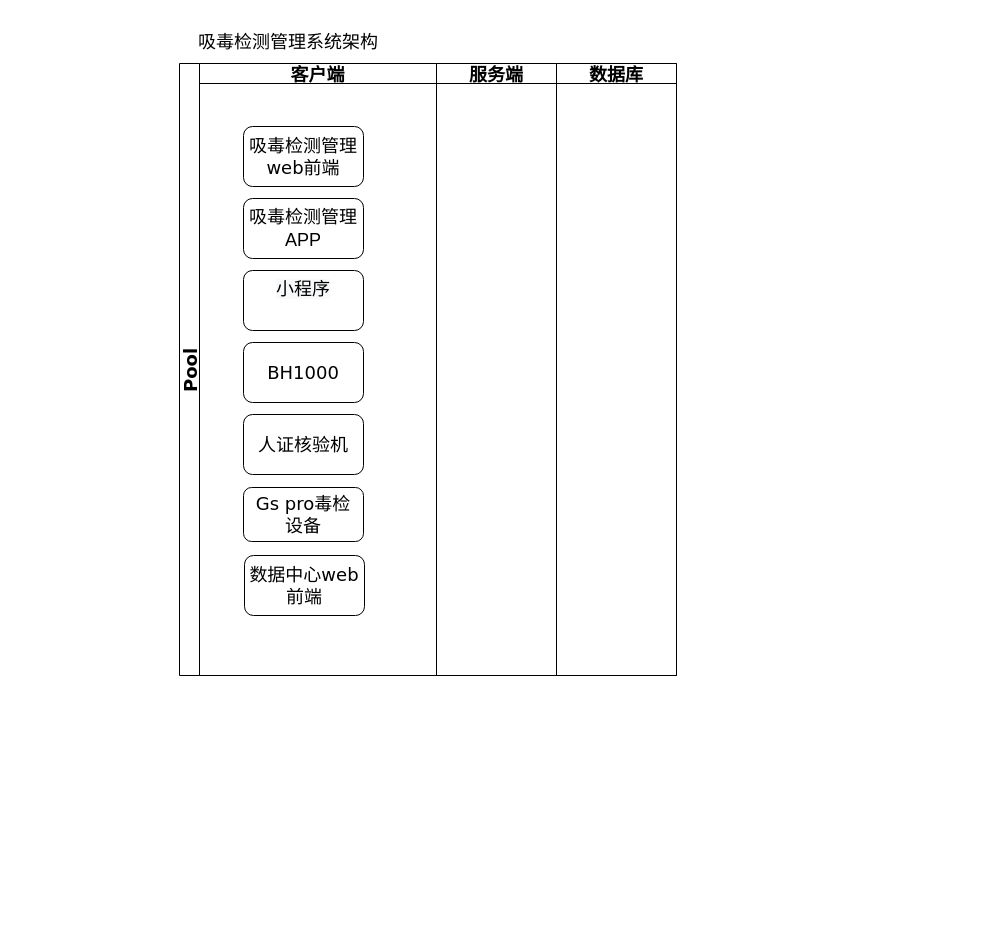
The draw.io diagram page "吸毒检测管理系统架构2" (5 of 5) of 未命名绘图.drawio in lliecho/test, before the edit. Source tidied: cells renumbered, new cells numbered last; positions are measured from the earlier drawing's top-left corner, leaving out a move shared by most shapes. Both pictures are drawn from the tidied source at 100%, with x=0, y=0 at pixel (179, 26).
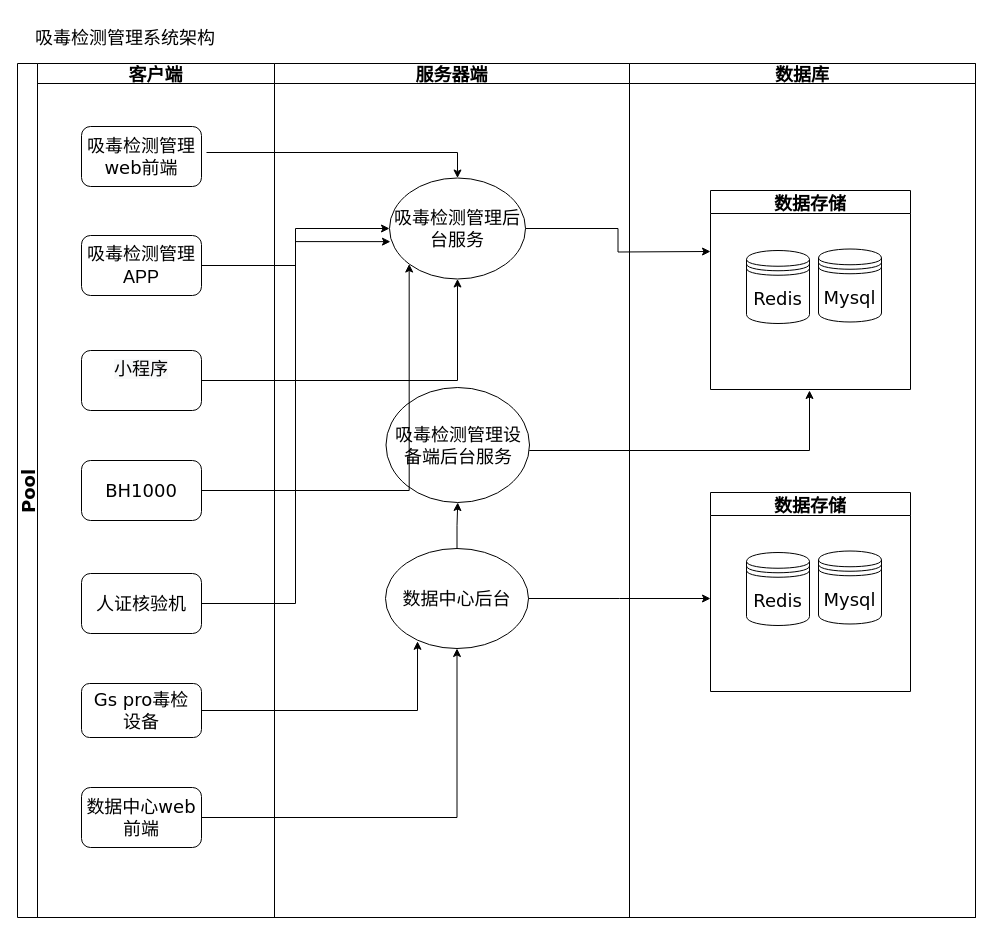
The same page after the edit.

Commit message:
吸毒检测管理系统.drawio

What changed in the source:
```diff
@@
     <mxCell id="2" value="Pool" style="swimlane;startSize=20;horizontal=0;fontFamily=Verdana;fontSize=18;" parent="1" vertex="1">
-      <mxGeometry y="37" width="497" height="612" as="geometry" />
+      <mxGeometry x="-162" y="37" width="958" height="854" as="geometry" />
     </mxCell>
     <mxCell id="3" value="客户端" style="swimlane;startSize=20;fontFamily=Verdana;fontSize=18;" parent="2" vertex="1">
-      <mxGeometry x="20" width="237" height="612" as="geometry" />
+      <mxGeometry x="20" width="237" height="854" as="geometry" />
     </mxCell>
@@
     <mxCell id="5" value="&lt;span style=&quot;font-family: Helvetica;&quot;&gt;吸毒检测管理APP&lt;/span&gt;" style="rounded=1;whiteSpace=wrap;html=1;fontFamily=Verdana;fontSize=18;" parent="3" vertex="1">
-      <mxGeometry x="44" y="135" width="120" height="60" as="geometry" />
+      <mxGeometry x="44" y="172" width="120" height="60" as="geometry" />
     </mxCell>
     <mxCell id="6" value="&#10;&lt;span style=&quot;color: rgb(0, 0, 0); font-family: Helvetica; font-size: 18px; font-style: normal; font-variant-ligatures: normal; font-variant-caps: normal; font-weight: 400; letter-spacing: normal; orphans: 2; text-align: center; text-indent: 0px; text-transform: none; widows: 2; word-spacing: 0px; -webkit-text-stroke-width: 0px; background-color: rgb(248, 249, 250); text-decoration-thickness: initial; text-decoration-style: initial; text-decoration-color: initial; float: none; display: inline !important;&quot;&gt;小程序&lt;/span&gt;&#10;&#10;" style="rounded=1;whiteSpace=wrap;html=1;fontFamily=Verdana;fontSize=18;" parent="3" vertex="1">
-      <mxGeometry x="44" y="207" width="120" height="60" as="geometry" />
+      <mxGeometry x="44" y="287" width="120" height="60" as="geometry" />
     </mxCell>
     <mxCell id="7" value="BH1000" style="rounded=1;whiteSpace=wrap;html=1;fontFamily=Verdana;fontSize=18;" parent="3" vertex="1">
-      <mxGeometry x="44" y="279" width="120" height="60" as="geometry" />
+      <mxGeometry x="44" y="397" width="120" height="60" as="geometry" />
     </mxCell>
     <mxCell id="8" value="人证核验机" style="rounded=1;whiteSpace=wrap;html=1;fontFamily=Verdana;fontSize=18;" parent="3" vertex="1">
-      <mxGeometry x="44" y="351" width="120" height="60" as="geometry" />
+      <mxGeometry x="44" y="510" width="120" height="60" as="geometry" />
     </mxCell>
     <mxCell id="9" value="Gs pro毒检&lt;br&gt;设备" style="rounded=1;whiteSpace=wrap;html=1;fontFamily=Verdana;fontSize=18;" parent="3" vertex="1">
-      <mxGeometry x="44" y="424" width="120" height="54" as="geometry" />
+      <mxGeometry x="44" y="620" width="120" height="54" as="geometry" />
     </mxCell>
     <mxCell id="10" value="数据中心web前端" style="rounded=1;whiteSpace=wrap;html=1;fontFamily=Verdana;fontSize=18;" parent="3" vertex="1">
-      <mxGeometry x="45" y="492" width="120" height="60" as="geometry" />
+      <mxGeometry x="44" y="724" width="120" height="60" as="geometry" />
     </mxCell>
+    <mxCell id="14" style="edgeStyle=segmentEdgeStyle;endArrow=classic;html=1;rounded=0;fontFamily=Verdana;fontSize=18;entryX=0.5;entryY=0;entryDx=0;entryDy=0;" parent="3" edge="1" target="15">
+      <mxGeometry relative="1" as="geometry">
+        <mxPoint x="169" y="89" as="sourcePoint" />
+      </mxGeometry>
+    </mxCell>
-    <mxCell id="11" value="服务端" style="swimlane;startSize=20;fontFamily=Verdana;fontSize=18;" parent="2" vertex="1">
-      <mxGeometry x="257" width="120" height="612" as="geometry" />
+    <mxCell id="11" value="服务器端" style="swimlane;startSize=20;fontFamily=Verdana;fontSize=18;" parent="2" vertex="1">
+      <mxGeometry x="257" width="355" height="854" as="geometry" />
     </mxCell>
+    <mxCell id="15" value="吸毒检测管理后台服务" style="ellipse;whiteSpace=wrap;html=1;fontFamily=Verdana;fontSize=18;" parent="11" vertex="1">
+      <mxGeometry x="115" y="114.5" width="136" height="101" as="geometry" />
+    </mxCell>
+    <mxCell id="16" value="吸毒检测管理设备端后台服务" style="ellipse;whiteSpace=wrap;html=1;fontFamily=Verdana;fontSize=18;" parent="11" vertex="1">
+      <mxGeometry x="111.5" y="324" width="143.5" height="115" as="geometry" />
+    </mxCell>
+    <mxCell id="17" style="edgeStyle=orthogonalEdgeStyle;rounded=0;jettySize=auto;html=1;fontFamily=Verdana;fontSize=18;" parent="11" edge="1" source="18" target="16">
+      <mxGeometry relative="1" as="geometry" />
+    </mxCell>
+    <mxCell id="18" value="数据中心后台" style="ellipse;whiteSpace=wrap;html=1;fontFamily=Verdana;fontSize=18;" parent="11" vertex="1">
+      <mxGeometry x="111" y="485" width="143" height="100" as="geometry" />
+    </mxCell>
+    <mxCell id="19" style="edgeStyle=segmentEdgeStyle;endArrow=classic;html=1;rounded=0;fontFamily=Verdana;fontSize=18;" parent="11" edge="1">
+      <mxGeometry relative="1" as="geometry">
+        <mxPoint x="256" y="387" as="sourcePoint" />
+        <mxPoint x="535" y="327" as="targetPoint" />
+        <Array as="points">
+          <mxPoint x="255" y="387" />
+          <mxPoint x="535" y="387" />
+        </Array>
+      </mxGeometry>
+    </mxCell>
     <mxCell id="12" value="数据库" style="swimlane;startSize=20;fontFamily=Verdana;fontSize=18;" parent="2" vertex="1">
-      <mxGeometry x="377" width="120" height="612" as="geometry" />
+      <mxGeometry x="612" width="346" height="854" as="geometry" />
     </mxCell>
+    <mxCell id="20" value="数据存储" style="swimlane;fontFamily=Verdana;fontSize=18;" parent="12" vertex="1">
+      <mxGeometry x="81" y="127" width="200" height="199" as="geometry" />
+    </mxCell>
+    <mxCell id="21" value="Mysql" style="shape=datastore;whiteSpace=wrap;html=1;fontFamily=Verdana;fontSize=18;" parent="20" vertex="1">
+      <mxGeometry x="108" y="58.5" width="63" height="73" as="geometry" />
+    </mxCell>
+    <mxCell id="22" value="Redis" style="shape=datastore;whiteSpace=wrap;html=1;fontFamily=Verdana;fontSize=18;" parent="20" vertex="1">
+      <mxGeometry x="36" y="60" width="63" height="73" as="geometry" />
+    </mxCell>
+    <mxCell id="23" value="数据存储" style="swimlane;fontFamily=Verdana;fontSize=18;" parent="12" vertex="1">
+      <mxGeometry x="81" y="429" width="200" height="199" as="geometry" />
+    </mxCell>
+    <mxCell id="24" value="Mysql" style="shape=datastore;whiteSpace=wrap;html=1;fontFamily=Verdana;fontSize=18;" parent="23" vertex="1">
+      <mxGeometry x="108" y="58.5" width="63" height="73" as="geometry" />
+    </mxCell>
+    <mxCell id="25" value="Redis" style="shape=datastore;whiteSpace=wrap;html=1;fontFamily=Verdana;fontSize=18;" parent="23" vertex="1">
+      <mxGeometry x="36" y="60" width="63" height="73" as="geometry" />
+    </mxCell>
+    <mxCell id="26" style="edgeStyle=orthogonalEdgeStyle;rounded=0;jettySize=auto;html=1;fontFamily=Verdana;fontSize=18;" parent="2" edge="1" source="5" target="15">
+      <mxGeometry relative="1" as="geometry" />
+    </mxCell>
+    <mxCell id="27" style="edgeStyle=orthogonalEdgeStyle;rounded=0;jettySize=auto;html=1;fontFamily=Verdana;fontSize=18;entryX=0;entryY=1;entryDx=0;entryDy=0;" parent="2" edge="1" source="7" target="15">
+      <mxGeometry relative="1" as="geometry" />
+    </mxCell>
+    <mxCell id="28" style="edgeStyle=orthogonalEdgeStyle;rounded=0;jettySize=auto;html=1;fontFamily=Verdana;fontSize=18;entryX=0.007;entryY=0.63;entryDx=0;entryDy=0;entryPerimeter=0;" parent="2" edge="1" source="8" target="15">
+      <mxGeometry relative="1" as="geometry" />
+    </mxCell>
+    <mxCell id="29" style="edgeStyle=orthogonalEdgeStyle;rounded=0;jettySize=auto;html=1;fontFamily=Verdana;fontSize=18;entryX=0.224;entryY=0.928;entryDx=0;entryDy=0;entryPerimeter=0;" parent="2" edge="1" source="9" target="18">
+      <mxGeometry relative="1" as="geometry" />
+    </mxCell>
+    <mxCell id="30" style="edgeStyle=orthogonalEdgeStyle;rounded=0;jettySize=auto;html=1;fontFamily=Verdana;fontSize=18;" parent="2" edge="1" source="10" target="18">
+      <mxGeometry relative="1" as="geometry" />
+    </mxCell>
+    <mxCell id="31" style="edgeStyle=orthogonalEdgeStyle;rounded=0;jettySize=auto;html=1;fontFamily=Verdana;fontSize=18;" parent="2" edge="1" source="6" target="15">
+      <mxGeometry relative="1" as="geometry" />
+    </mxCell>
     <mxCell id="13" value="吸毒检测管理系统架构" style="text;html=1;strokeColor=none;fillColor=none;align=center;verticalAlign=middle;whiteSpace=wrap;rounded=0;fontFamily=Verdana;fontSize=18;" parent="1" vertex="1">
-      <mxGeometry x="2" width="214" height="30" as="geometry" />
+      <mxGeometry x="-162" y="-9" width="216" height="39" as="geometry" />
     </mxCell>
+    <mxCell id="32" style="edgeStyle=orthogonalEdgeStyle;rounded=0;jettySize=auto;html=1;fontFamily=Verdana;fontSize=18;" parent="1" edge="1" source="18">
+      <mxGeometry relative="1" as="geometry">
+        <mxPoint x="531" y="572" as="targetPoint" />
+      </mxGeometry>
+    </mxCell>
+    <mxCell id="33" style="edgeStyle=orthogonalEdgeStyle;rounded=0;jettySize=auto;html=1;fontFamily=Verdana;fontSize=18;" parent="1" edge="1" source="15">
+      <mxGeometry relative="1" as="geometry">
+        <mxPoint x="531" y="225" as="targetPoint" />
+      </mxGeometry>
+    </mxCell>
```
